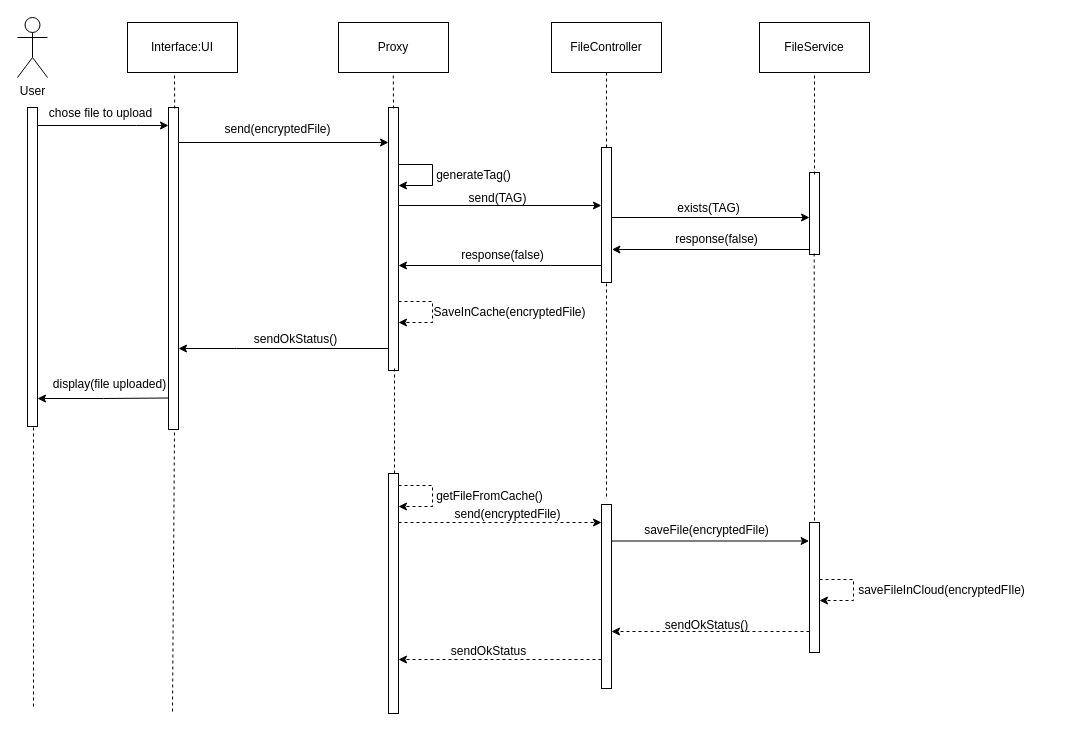
This is sd_fisier_nu_exista.drawio from jipi2/SecureDataDeduplication, a draw.io file, before an edit. Source tidied: cells renumbered, new cells numbered last; positions are measured from the earlier drawing's top-left corner, leaving out a move shared by most shapes. Both pictures are drawn from the tidied source at 100%, with x=0, y=0 at pixel (17, 17).
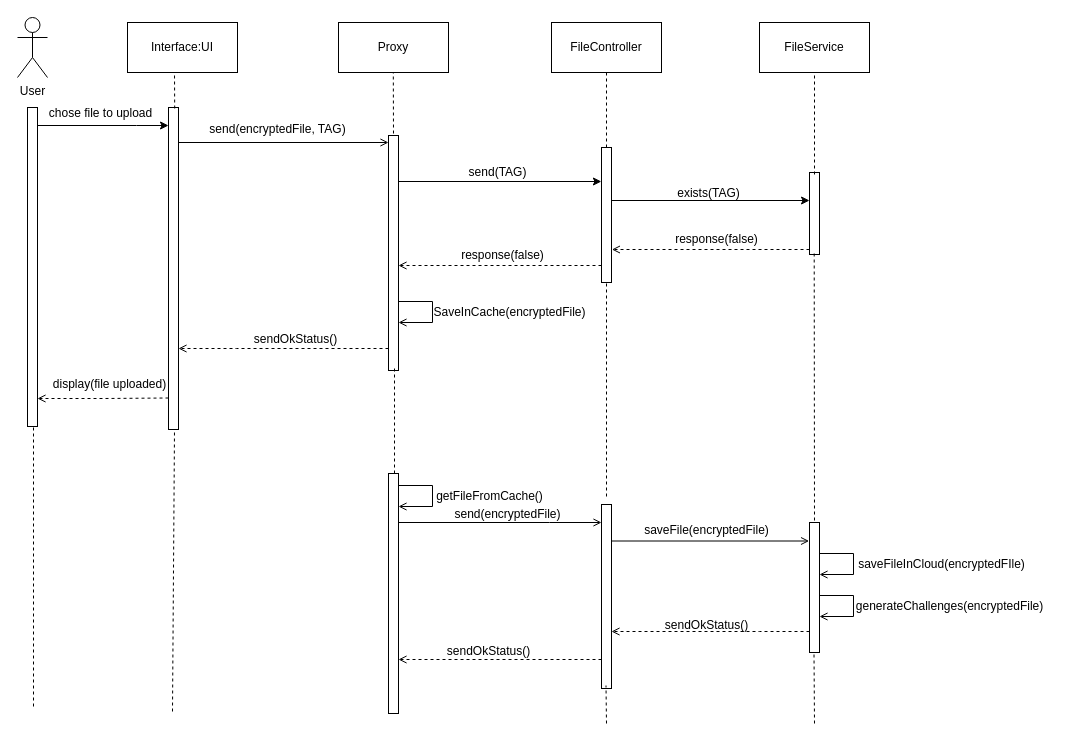
The same page after the edit.

Unchanged cells that the change refers to:
```xml
<mxCell id="27" style="html=1;points=[[0,0,0,0,5],[0,1,0,0,-5],[1,0,0,0,5],[1,1,0,0,-5]];perimeter=orthogonalPerimeter;outlineConnect=0;targetShapes=umlLifeline;portConstraint=eastwest;newEdgeStyle={&quot;curved&quot;:0,&quot;rounded&quot;:0};" parent="1" vertex="1">
  <mxGeometry x="584" y="487" width="10" height="184" as="geometry" />
</mxCell>
<mxCell id="40" style="html=1;points=[[0,0,0,0,5],[0,1,0,0,-5],[1,0,0,0,5],[1,1,0,0,-5]];perimeter=orthogonalPerimeter;outlineConnect=0;targetShapes=umlLifeline;portConstraint=eastwest;newEdgeStyle={&quot;curved&quot;:0,&quot;rounded&quot;:0};" parent="1" vertex="1">
  <mxGeometry x="371" y="456" width="10" height="240" as="geometry" />
</mxCell>
```

What changed in the source:
```diff
@@
-    <mxCell id="9" style="edgeStyle=orthogonalEdgeStyle;rounded=0;orthogonalLoop=1;jettySize=auto;html=1;curved=0;" parent="1" edge="1">
+    <mxCell id="9" style="edgeStyle=orthogonalEdgeStyle;rounded=0;orthogonalLoop=1;jettySize=auto;html=1;curved=0;endArrow=open;endFill=0;" parent="1" edge="1">
       <mxGeometry relative="1" as="geometry">
         <mxPoint x="161" y="125" as="sourcePoint" />
         <mxPoint x="371" y="125" as="targetPoint" />
       </mxGeometry>
     </mxCell>
-    <mxCell id="10" style="edgeStyle=orthogonalEdgeStyle;rounded=0;orthogonalLoop=1;jettySize=auto;html=1;curved=0;" parent="1" edge="1">
+    <mxCell id="10" style="edgeStyle=orthogonalEdgeStyle;rounded=0;orthogonalLoop=1;jettySize=auto;html=1;curved=0;dashed=1;endArrow=open;endFill=0;" parent="1" edge="1">
       <mxGeometry relative="1" as="geometry">
         <mxPoint x="151" y="380.5" as="sourcePoint" />
         <mxPoint x="20" y="381" as="targetPoint" />
       </mxGeometry>
     </mxCell>
@@
-    <mxCell id="13" style="edgeStyle=orthogonalEdgeStyle;rounded=0;orthogonalLoop=1;jettySize=auto;html=1;curved=0;" parent="1" edge="1">
+    <mxCell id="13" style="edgeStyle=orthogonalEdgeStyle;rounded=0;orthogonalLoop=1;jettySize=auto;html=1;curved=0;dashed=1;endArrow=open;endFill=0;" parent="1" edge="1">
       <mxGeometry relative="1" as="geometry">
         <mxPoint x="371" y="331" as="sourcePoint" />
         <mxPoint x="161" y="331" as="targetPoint" />
         <Array as="points">
           <mxPoint x="219" y="331" />
           <mxPoint x="219" y="331" />
         </Array>
       </mxGeometry>
     </mxCell>
     <mxCell id="14" style="html=1;perimeter=orthogonalPerimeter;targetShapes=umlLifeline;newEdgeStyle={&quot;curved&quot;:0,&quot;rounded&quot;:0};" parent="1" vertex="1">
-      <mxGeometry x="371" y="90" width="10" height="263" as="geometry" />
+      <mxGeometry x="371" y="118" width="10" height="235" as="geometry" />
     </mxCell>
-    <mxCell id="15" value="send(encryptedFile)" style="text;html=1;align=center;verticalAlign=middle;strokeColor=none;fillColor=none;" parent="1" vertex="1">
-      <mxGeometry x="198" y="99" width="124" height="26" as="geometry" />
+    <mxCell id="15" value="send(encryptedFile, TAG)" style="text;html=1;align=center;verticalAlign=middle;strokeColor=none;fillColor=none;" parent="1" vertex="1">
+      <mxGeometry x="183" y="99" width="154" height="26" as="geometry" />
     </mxCell>
     <mxCell id="16" style="edgeStyle=orthogonalEdgeStyle;rounded=0;orthogonalLoop=1;jettySize=auto;html=1;curved=0;" parent="1" edge="1">
       <mxGeometry relative="1" as="geometry">
-        <mxPoint x="594" y="200" as="sourcePoint" />
-        <mxPoint x="792" y="200" as="targetPoint" />
+        <mxPoint x="594" y="183" as="sourcePoint" />
+        <mxPoint x="792" y="183" as="targetPoint" />
       </mxGeometry>
     </mxCell>
-    <mxCell id="17" style="edgeStyle=orthogonalEdgeStyle;rounded=0;orthogonalLoop=1;jettySize=auto;html=1;curved=0;" parent="1" edge="1">
+    <mxCell id="17" style="edgeStyle=orthogonalEdgeStyle;rounded=0;orthogonalLoop=1;jettySize=auto;html=1;curved=0;dashed=1;endArrow=open;endFill=0;" parent="1" edge="1">
       <mxGeometry relative="1" as="geometry">
         <mxPoint x="584" y="248" as="sourcePoint" />
         <mxPoint x="381" y="248" as="targetPoint" />
         <Array as="points">
           <mxPoint x="533" y="248" />
           <mxPoint x="533" y="248" />
         </Array>
       </mxGeometry>
     </mxCell>
@@
     <mxCell id="19" style="edgeStyle=orthogonalEdgeStyle;rounded=0;orthogonalLoop=1;jettySize=auto;html=1;curved=0;entryX=-0.005;entryY=0.5;entryDx=0;entryDy=0;entryPerimeter=0;" parent="1" edge="1">
       <mxGeometry relative="1" as="geometry">
-        <mxPoint x="381" y="188" as="sourcePoint" />
-        <mxPoint x="583.9" y="188" as="targetPoint" />
+        <mxPoint x="381" y="164" as="sourcePoint" />
+        <mxPoint x="583.9" y="164" as="targetPoint" />
       </mxGeometry>
     </mxCell>
     <mxCell id="20" value="send(TAG)" style="text;html=1;align=center;verticalAlign=middle;strokeColor=none;fillColor=none;" parent="1" vertex="1">
-      <mxGeometry x="442" y="168" width="76" height="26" as="geometry" />
+      <mxGeometry x="442" y="142" width="76" height="26" as="geometry" />
     </mxCell>
@@
     <mxCell id="22" value="exists(TAG)" style="text;html=1;align=center;verticalAlign=middle;strokeColor=none;fillColor=none;" parent="1" vertex="1">
-      <mxGeometry x="651" y="178" width="80" height="26" as="geometry" />
+      <mxGeometry x="651" y="163" width="80" height="26" as="geometry" />
     </mxCell>
-    <mxCell id="23" style="edgeStyle=orthogonalEdgeStyle;rounded=0;orthogonalLoop=1;jettySize=auto;html=1;curved=0;entryX=1.043;entryY=0.5;entryDx=0;entryDy=0;entryPerimeter=0;" parent="1" edge="1">
+    <mxCell id="23" style="edgeStyle=orthogonalEdgeStyle;rounded=0;orthogonalLoop=1;jettySize=auto;html=1;curved=0;entryX=1.043;entryY=0.5;entryDx=0;entryDy=0;entryPerimeter=0;dashed=1;endArrow=open;endFill=0;" parent="1" edge="1">
       <mxGeometry relative="1" as="geometry">
         <mxPoint x="792" y="232" as="sourcePoint" />
         <mxPoint x="594.4" y="232" as="targetPoint" />
       </mxGeometry>
     </mxCell>
@@
-    <mxCell id="26" style="edgeStyle=orthogonalEdgeStyle;rounded=0;orthogonalLoop=1;jettySize=auto;html=1;curved=0;dashed=1;" parent="1" edge="1">
+    <mxCell id="26" style="edgeStyle=orthogonalEdgeStyle;rounded=0;orthogonalLoop=1;jettySize=auto;html=1;curved=0;dashed=1;endArrow=open;endFill=0;" parent="1" edge="1">
       <mxGeometry relative="1" as="geometry">
         <mxPoint x="584" y="642" as="sourcePoint" />
         <mxPoint x="381" y="642" as="targetPoint" />
         <Array as="points">
           <mxPoint x="431" y="642" />
           <mxPoint x="431" y="642" />
         </Array>
       </mxGeometry>
     </mxCell>
@@
-    <mxCell id="28" style="edgeStyle=orthogonalEdgeStyle;rounded=0;orthogonalLoop=1;jettySize=auto;html=1;curved=0;dashed=1;" parent="1" edge="1">
+    <mxCell id="28" style="edgeStyle=orthogonalEdgeStyle;rounded=0;orthogonalLoop=1;jettySize=auto;html=1;curved=0;dashed=1;endArrow=open;endFill=0;" parent="1" edge="1">
       <mxGeometry relative="1" as="geometry">
         <mxPoint x="792" y="614" as="sourcePoint" />
         <mxPoint x="594" y="614" as="targetPoint" />
         <Array as="points">
           <mxPoint x="742" y="614" />
           <mxPoint x="742" y="614" />
         </Array>
       </mxGeometry>
     </mxCell>
@@
-    <mxCell id="30" style="edgeStyle=orthogonalEdgeStyle;rounded=0;orthogonalLoop=1;jettySize=auto;html=1;curved=0;entryX=-0.043;entryY=0.665;entryDx=0;entryDy=0;entryPerimeter=0;" parent="1" edge="1">
+    <mxCell id="30" style="edgeStyle=orthogonalEdgeStyle;rounded=0;orthogonalLoop=1;jettySize=auto;html=1;curved=0;entryX=-0.043;entryY=0.665;entryDx=0;entryDy=0;entryPerimeter=0;endArrow=open;endFill=0;" parent="1" edge="1">
       <mxGeometry relative="1" as="geometry">
         <mxPoint x="594" y="523.5" as="sourcePoint" />
         <mxPoint x="791.6" y="523.5" as="targetPoint" />
       </mxGeometry>
     </mxCell>
@@
-    <mxCell id="33" style="endArrow=classic;html=1;rounded=0;dashed=1;" parent="1" edge="1">
+    <mxCell id="33" style="endArrow=open;html=1;rounded=0;endFill=0;" parent="1" edge="1">
       <mxGeometry relative="1" as="geometry">
         <mxPoint x="381" y="284" as="sourcePoint" />
         <mxPoint x="381" y="305" as="targetPoint" />
         <Array as="points">
           <mxPoint x="415" y="284" />
           <mxPoint x="415" y="305" />
         </Array>
       </mxGeometry>
     </mxCell>
@@
-    <mxCell id="39" style="edgeStyle=orthogonalEdgeStyle;rounded=0;jettySize=auto;html=1;curved=0;dashed=1;" parent="1" edge="1" source="40" target="27">
+    <mxCell id="39" style="edgeStyle=orthogonalEdgeStyle;rounded=0;jettySize=auto;html=1;curved=0;endArrow=open;endFill=0;" parent="1" edge="1" source="40" target="27">
       <mxGeometry relative="1" as="geometry">
         <Array as="points">
           <mxPoint x="532" y="505" />
           <mxPoint x="532" y="505" />
         </Array>
       </mxGeometry>
     </mxCell>
@@
-    <mxCell id="41" style="endArrow=classic;html=1;rounded=0;dashed=1;" parent="1" edge="1">
+    <mxCell id="41" style="endArrow=open;html=1;rounded=0;endFill=0;" parent="1" edge="1">
       <mxGeometry relative="1" as="geometry">
         <mxPoint x="381" y="468" as="sourcePoint" />
         <mxPoint x="381" y="489" as="targetPoint" />
         <Array as="points">
           <mxPoint x="415" y="468" />
           <mxPoint x="415" y="489" />
         </Array>
       </mxGeometry>
     </mxCell>
@@
-    <mxCell id="44" style="endArrow=classic;html=1;rounded=0;dashed=1;" parent="1" edge="1">
+    <mxCell id="44" style="endArrow=open;html=1;rounded=0;endFill=0;" parent="1" edge="1">
       <mxGeometry relative="1" as="geometry">
-        <mxPoint x="802" y="562" as="sourcePoint" />
-        <mxPoint x="802" y="583" as="targetPoint" />
+        <mxPoint x="802" y="536" as="sourcePoint" />
+        <mxPoint x="802" y="557" as="targetPoint" />
         <Array as="points">
-          <mxPoint x="836" y="562" />
-          <mxPoint x="836" y="583" />
+          <mxPoint x="836" y="536" />
+          <mxPoint x="836" y="557" />
         </Array>
       </mxGeometry>
     </mxCell>
     <mxCell id="45" value="saveFileInCloud(encryptedFIle)" style="text;html=1;align=center;verticalAlign=middle;strokeColor=none;fillColor=none;" parent="1" vertex="1">
-      <mxGeometry x="831.5" y="560" width="185" height="26" as="geometry" />
+      <mxGeometry x="831.5" y="534" width="185" height="26" as="geometry" />
     </mxCell>
-    <mxCell id="46" value="sendOkStatus" style="text;html=1;align=center;verticalAlign=middle;strokeColor=none;fillColor=none;" parent="1" vertex="1">
-      <mxGeometry x="424" y="621" width="93" height="26" as="geometry" />
+    <mxCell id="46" value="sendOkStatus()" style="text;html=1;align=center;verticalAlign=middle;strokeColor=none;fillColor=none;" parent="1" vertex="1">
+      <mxGeometry x="420" y="621" width="101" height="26" as="geometry" />
     </mxCell>
@@
     <mxCell id="52" style="endArrow=none;dashed=1;html=1;rounded=0;entryX=0.5;entryY=1;entryDx=0;entryDy=0;" parent="1" edge="1">
       <mxGeometry relative="1" as="geometry">
-        <mxPoint x="376" y="91" as="sourcePoint" />
+        <mxPoint x="376" y="116" as="sourcePoint" />
         <mxPoint x="375.8" y="55" as="targetPoint" />
       </mxGeometry>
     </mxCell>
@@
-    <mxCell id="54" style="endArrow=classic;html=1;rounded=0;" parent="1" edge="1">
-      <mxGeometry relative="1" as="geometry">
-        <mxPoint x="381" y="147" as="sourcePoint" />
-        <mxPoint x="381" y="168" as="targetPoint" />
-        <Array as="points">
-          <mxPoint x="415" y="147" />
-          <mxPoint x="415" y="168" />
-        </Array>
-      </mxGeometry>
-    </mxCell>
-    <mxCell id="55" value="generateTag()" style="text;html=1;align=center;verticalAlign=middle;strokeColor=none;fillColor=none;" parent="1" vertex="1">
-      <mxGeometry x="409.5" y="145" width="93" height="26" as="geometry" />
-    </mxCell>
+    <mxCell id="56" style="endArrow=open;html=1;rounded=0;endFill=0;" parent="1" edge="1">
+      <mxGeometry relative="1" as="geometry">
+        <mxPoint x="802" y="578" as="sourcePoint" />
+        <mxPoint x="802" y="599" as="targetPoint" />
+        <Array as="points">
+          <mxPoint x="836" y="578" />
+          <mxPoint x="836" y="599" />
+        </Array>
+      </mxGeometry>
+    </mxCell>
+    <mxCell id="57" value="generateChallenges(encryptedFile)" style="text;html=1;align=center;verticalAlign=middle;strokeColor=none;fillColor=none;" parent="1" vertex="1">
+      <mxGeometry x="829.5" y="576" width="205" height="26" as="geometry" />
+    </mxCell>
+    <mxCell id="58" style="endArrow=none;dashed=1;html=1;rounded=0;entryX=0.5;entryY=1;entryDx=0;entryDy=0;" parent="1" edge="1">
+      <mxGeometry relative="1" as="geometry">
+        <mxPoint x="589" y="706" as="sourcePoint" />
+        <mxPoint x="588.5" y="668" as="targetPoint" />
+      </mxGeometry>
+    </mxCell>
+    <mxCell id="59" style="endArrow=none;dashed=1;html=1;rounded=0;entryX=0.5;entryY=1;entryDx=0;entryDy=0;" parent="1" edge="1">
+      <mxGeometry relative="1" as="geometry">
+        <mxPoint x="797" y="706" as="sourcePoint" />
+        <mxPoint x="796.5" y="635" as="targetPoint" />
+      </mxGeometry>
+    </mxCell>
```
